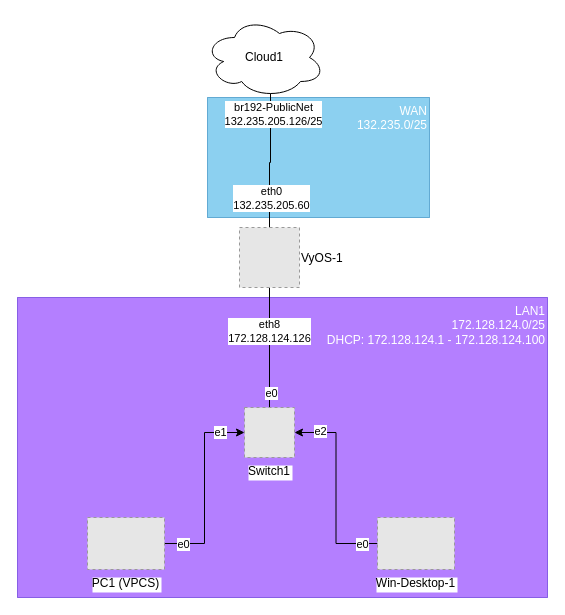
The draw.io diagram Data Networking (ITS 2300)/Lab 6/Lab 6 - Diagram.drawio in ConnorGDevelopment/School, before the edit. Source tidied: cells renumbered, new cells numbered last; positions are measured from the earlier drawing's top-left corner, leaving out a move shared by most shapes. Both pictures are drawn from the tidied source at 100%, with x=0, y=0 at pixel (17, 17). Pictures stored in the file or linked from it are replaced by grey dashed boxes.
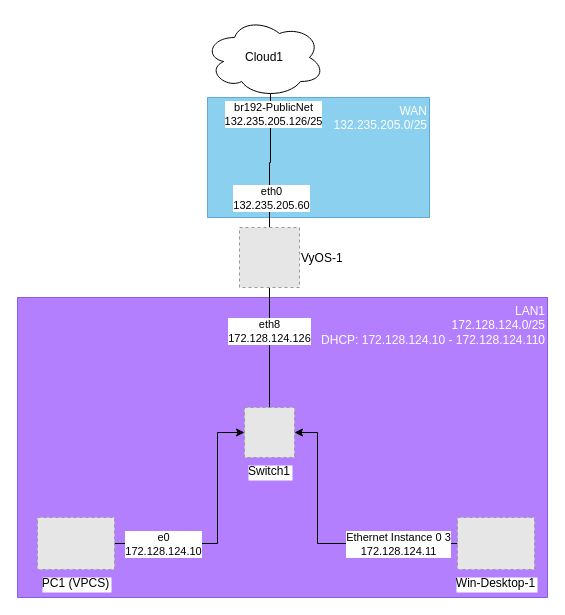
The same diagram, later.

Unchanged cells that the change refers to:
```xml
<mxCell id="5" style="edgeStyle=orthogonalEdgeStyle;rounded=0;jettySize=auto;html=1;entryX=0.5;entryY=1;entryDx=0;entryDy=0;endArrow=none;endFill=0;" parent="1" edge="1" source="8" target="12">
  <mxGeometry relative="1" as="geometry" />
</mxCell>
<mxCell id="8" value="Switch1&#10;" style="fillColor=#E6E6E6;strokeColor=#999999;dashed=1;verticalLabelPosition=bottom;labelBackgroundColor=default;verticalAlign=top;" parent="1" vertex="1">
  <mxGeometry x="227" y="390" width="50" height="50" as="geometry" />
</mxCell>
```

What changed in the source:
```diff
@@
-    <mxCell id="2" value="LAN1&lt;br&gt;172.128.124.0/25&lt;br&gt;DHCP: 172.128.124.1 - 172.128.124.100" style="rounded=0;whiteSpace=wrap;html=1;align=right;labelPosition=center;verticalLabelPosition=middle;verticalAlign=top;glass=0;shadow=0;fillColor=#6a00ff;strokeColor=#3700CC;fontColor=#ffffff;opacity=50;" parent="1" vertex="1">
+    <mxCell id="2" value="LAN1&lt;br&gt;172.128.124.0/25&lt;br&gt;DHCP: 172.128.124.10 - 172.128.124.110" style="rounded=0;whiteSpace=wrap;html=1;align=right;labelPosition=center;verticalLabelPosition=middle;verticalAlign=top;glass=0;shadow=0;fillColor=#6a00ff;strokeColor=#3700CC;fontColor=#ffffff;opacity=50;" parent="1" vertex="1">
       <mxGeometry y="280" width="530" height="300" as="geometry" />
     </mxCell>
-    <mxCell id="3" value="WAN&lt;br&gt;132.235.0/25" style="rounded=0;whiteSpace=wrap;html=1;fillColor=#1ba1e2;strokeColor=#006EAF;align=right;labelPosition=center;verticalLabelPosition=middle;verticalAlign=top;fontColor=#ffffff;opacity=50;" parent="1" vertex="1">
+    <mxCell id="3" value="WAN&lt;br&gt;132.235.205.0/25" style="rounded=0;whiteSpace=wrap;html=1;fillColor=#1ba1e2;strokeColor=#006EAF;align=right;labelPosition=center;verticalLabelPosition=middle;verticalAlign=top;fontColor=#ffffff;opacity=50;" parent="1" vertex="1">
       <mxGeometry x="190" y="80" width="222" height="120" as="geometry" />
     </mxCell>
@@
-    <mxCell id="7" value="e0" style="edgeLabel;html=1;align=center;verticalAlign=middle;" parent="5" vertex="1">
-      <mxGeometry x="-0.75" y="-1" relative="1" as="geometry" />
-    </mxCell>
@@
     <mxCell id="13" style="edgeStyle=orthogonalEdgeStyle;rounded=0;jettySize=auto;html=1;entryX=0;entryY=0.5;entryDx=0;entryDy=0;" parent="1" edge="1" source="16" target="8">
-      <mxGeometry relative="1" as="geometry" />
+      <mxGeometry relative="1" as="geometry">
+        <Array as="points">
+          <mxPoint x="200" y="526" />
+          <mxPoint x="200" y="415" />
+        </Array>
+      </mxGeometry>
     </mxCell>
-    <mxCell id="14" value="e1" style="edgeLabel;html=1;align=center;verticalAlign=middle;" parent="13" vertex="1">
-      <mxGeometry x="0.74" y="1" relative="1" as="geometry" />
-    </mxCell>
-    <mxCell id="15" value="e0" style="edgeLabel;html=1;align=center;verticalAlign=middle;" parent="13" vertex="1">
-      <mxGeometry x="-0.81" relative="1" as="geometry" />
+    <mxCell id="15" value="e0&lt;br&gt;172.128.124.10" style="edgeLabel;html=1;align=center;verticalAlign=middle;" parent="13" vertex="1">
+      <mxGeometry x="-0.81" relative="1" as="geometry">
+        <mxPoint x="25" as="offset" />
+      </mxGeometry>
     </mxCell>
     <mxCell id="16" value="PC1 (VPCS)" style="fillColor=#E6E6E6;strokeColor=#999999;dashed=1;verticalLabelPosition=bottom;labelBackgroundColor=default;verticalAlign=top;" parent="1" vertex="1">
-      <mxGeometry x="70" y="500" width="77" height="52" as="geometry" />
+      <mxGeometry x="20" y="500" width="77" height="52" as="geometry" />
     </mxCell>
     <mxCell id="17" style="edgeStyle=orthogonalEdgeStyle;rounded=0;jettySize=auto;html=1;entryX=1;entryY=0.5;entryDx=0;entryDy=0;" parent="1" edge="1" source="20" target="8">
-      <mxGeometry relative="1" as="geometry" />
+      <mxGeometry relative="1" as="geometry">
+        <Array as="points">
+          <mxPoint x="300" y="526" />
+          <mxPoint x="300" y="415" />
+        </Array>
+      </mxGeometry>
     </mxCell>
-    <mxCell id="18" value="e2" style="edgeLabel;html=1;align=center;verticalAlign=middle;" parent="17" vertex="1">
-      <mxGeometry x="0.74" y="-2" relative="1" as="geometry" />
-    </mxCell>
-    <mxCell id="19" value="e0" style="edgeLabel;html=1;align=center;verticalAlign=middle;" parent="17" vertex="1">
-      <mxGeometry x="-0.83" relative="1" as="geometry" />
+    <mxCell id="19" value="Ethernet Instance 0 3&lt;br&gt;172.128.124.11" style="edgeLabel;html=1;align=center;verticalAlign=middle;" parent="17" vertex="1">
+      <mxGeometry x="-0.83" relative="1" as="geometry">
+        <mxPoint x="-37" as="offset" />
+      </mxGeometry>
     </mxCell>
     <mxCell id="20" value="Win-Desktop-1" style="fillColor=#E6E6E6;strokeColor=#999999;dashed=1;verticalLabelPosition=bottom;labelBackgroundColor=default;verticalAlign=top;" parent="1" vertex="1">
-      <mxGeometry x="360" y="500" width="77" height="52" as="geometry" />
+      <mxGeometry x="440" y="500" width="77" height="52" as="geometry" />
     </mxCell>
```
